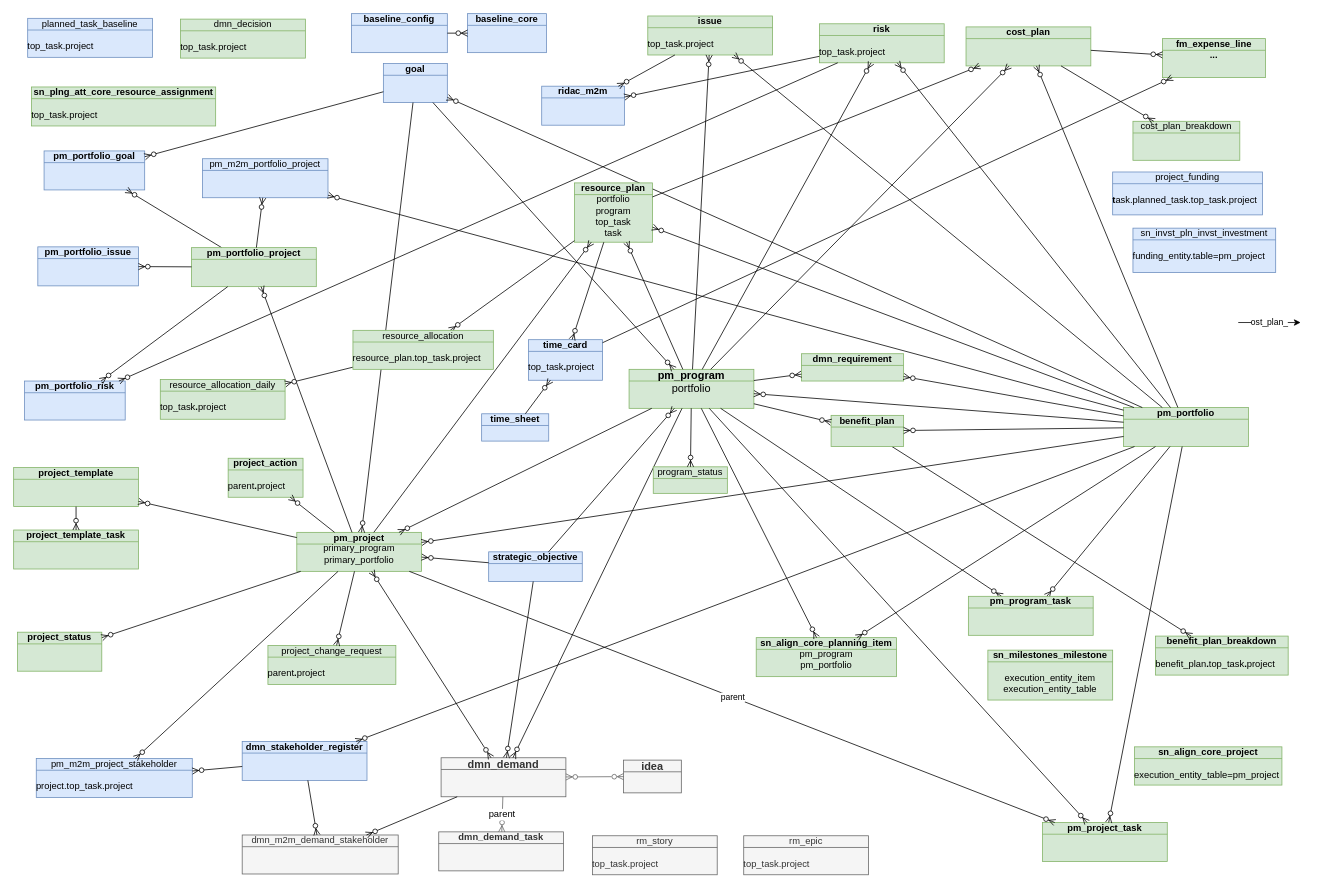
Above: page "allTables" (3 of 21) of Sar.drawio in algimas/tmp (draw.io), before the change. Source tidied: cells renumbered, new cells numbered last; positions are measured from the earlier drawing's top-left corner, leaving out a move shared by most shapes. Both pictures are drawn from the tidied source at 78%, with x=0, y=0 at pixel (13, 13).
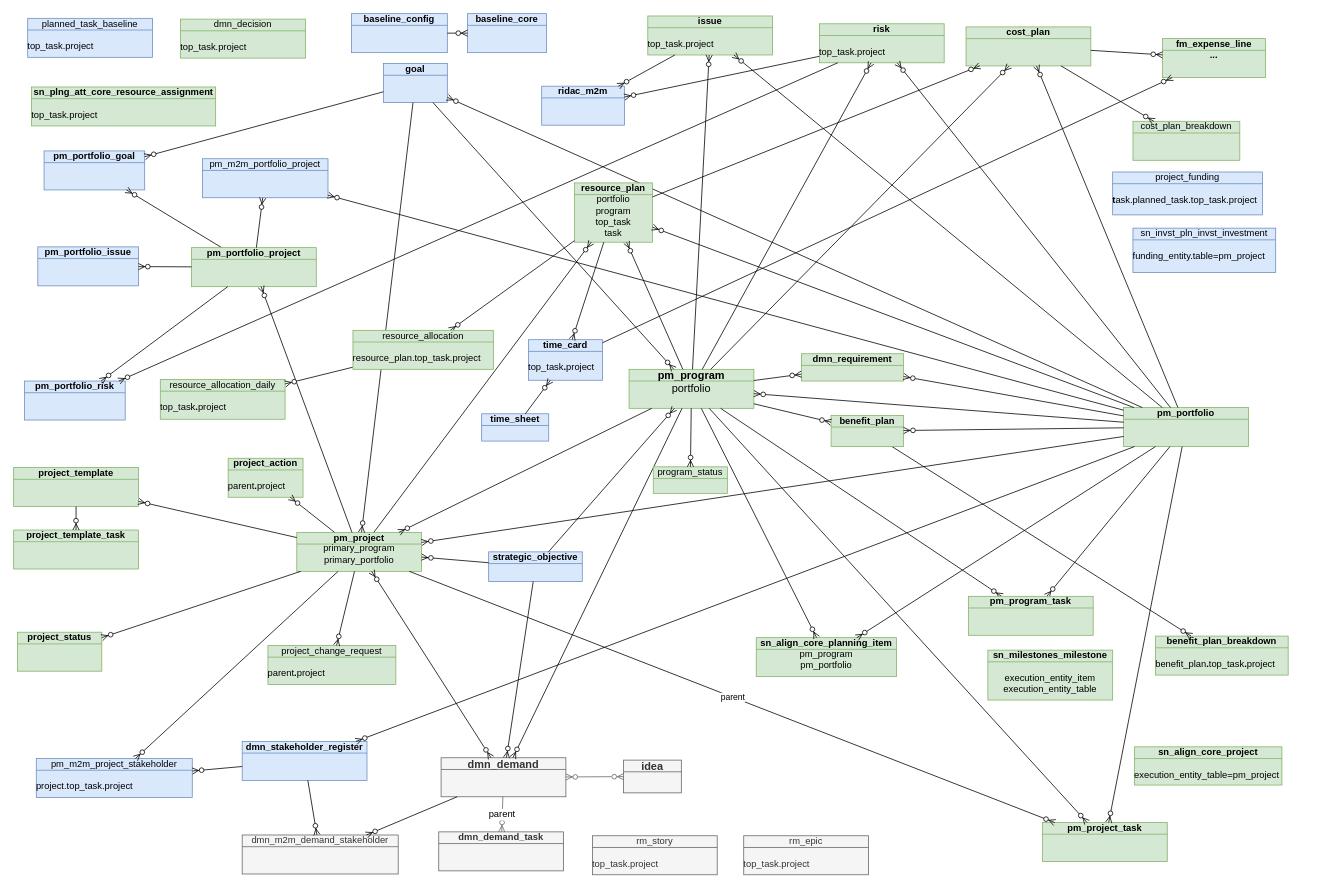
The same diagram, later.

What changed in the source:
```diff
@@
-    <mxCell id="117" value="ost_plan_" style="edgeStyle=none;orthogonalLoop=1;jettySize=auto;html=1;rounded=0;" parent="1" edge="1">
-      <mxGeometry relative="1" as="geometry">
-        <mxPoint x="1570" y="396" as="sourcePoint" />
-        <mxPoint x="1650" y="396" as="targetPoint" />
-      </mxGeometry>
-    </mxCell>
```
